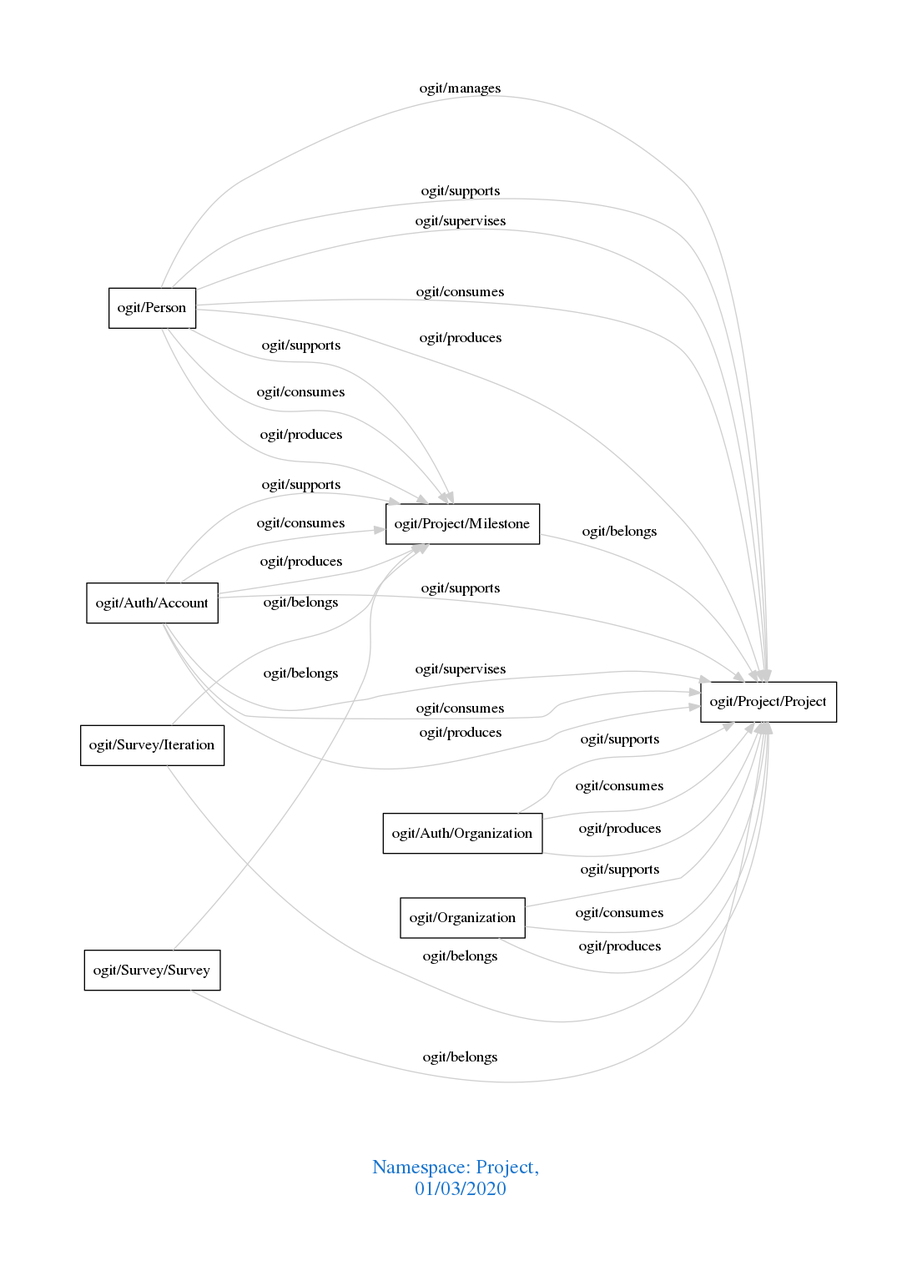
arago/OGIT keeps this Graphviz diagram as downloads/Project.png. Above is the earlier version. Its source is kept beside it as downloads/Project.dot.
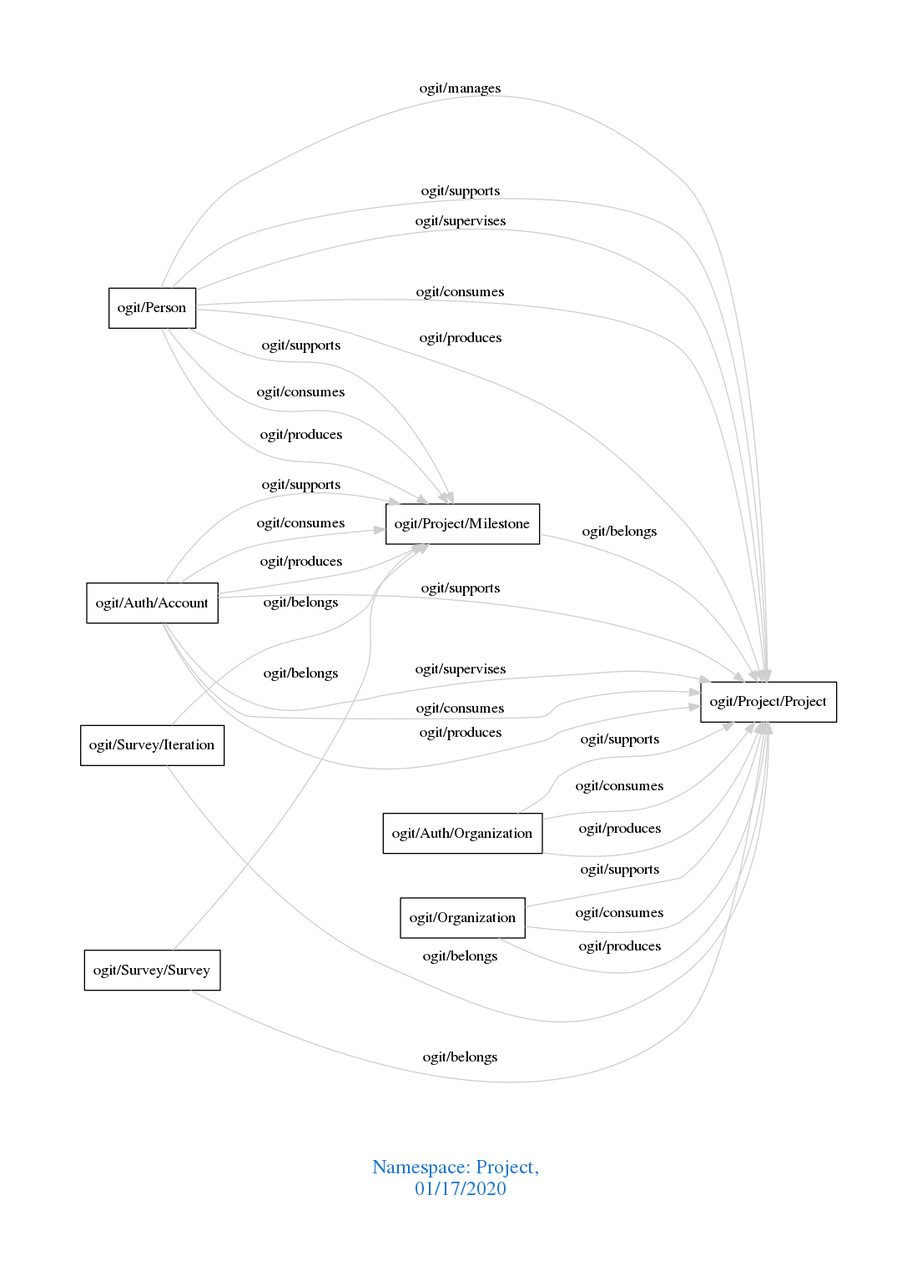
After the change.

Diff of the diagram source:
```diff
@@ -1,7 +1,7 @@
 digraph OGIT_ontology {
  graph [ rankdir= LR,pad=1
 fontsize = 18,
-fontcolor= dodgerblue3,label = "\n\n\nNamespace: Project, \n 01/03/2020"];
+fontcolor= dodgerblue3,label = "\n\n\nNamespace: Project, \n 01/17/2020"];
 node[shape=polygon];
 edge [  color="gray81"];
 
```
